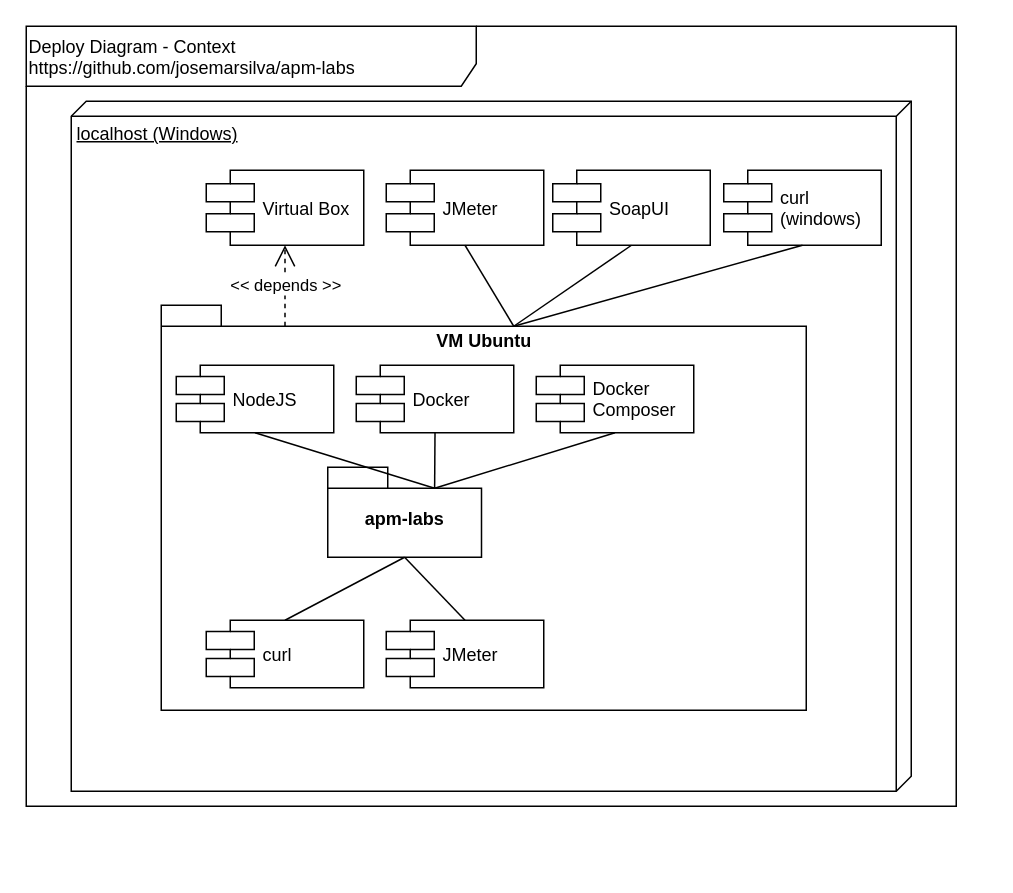
The draw.io diagram doc/DeployDiagram-Context.drawio in josemarsilva/apm-labs, before the edit. Source tidied: cells renumbered, new cells numbered last; positions are measured from the earlier drawing's top-left corner, leaving out a move shared by most shapes. Both pictures are drawn from the tidied source at 150%, with x=0, y=0 at pixel (26, 26).
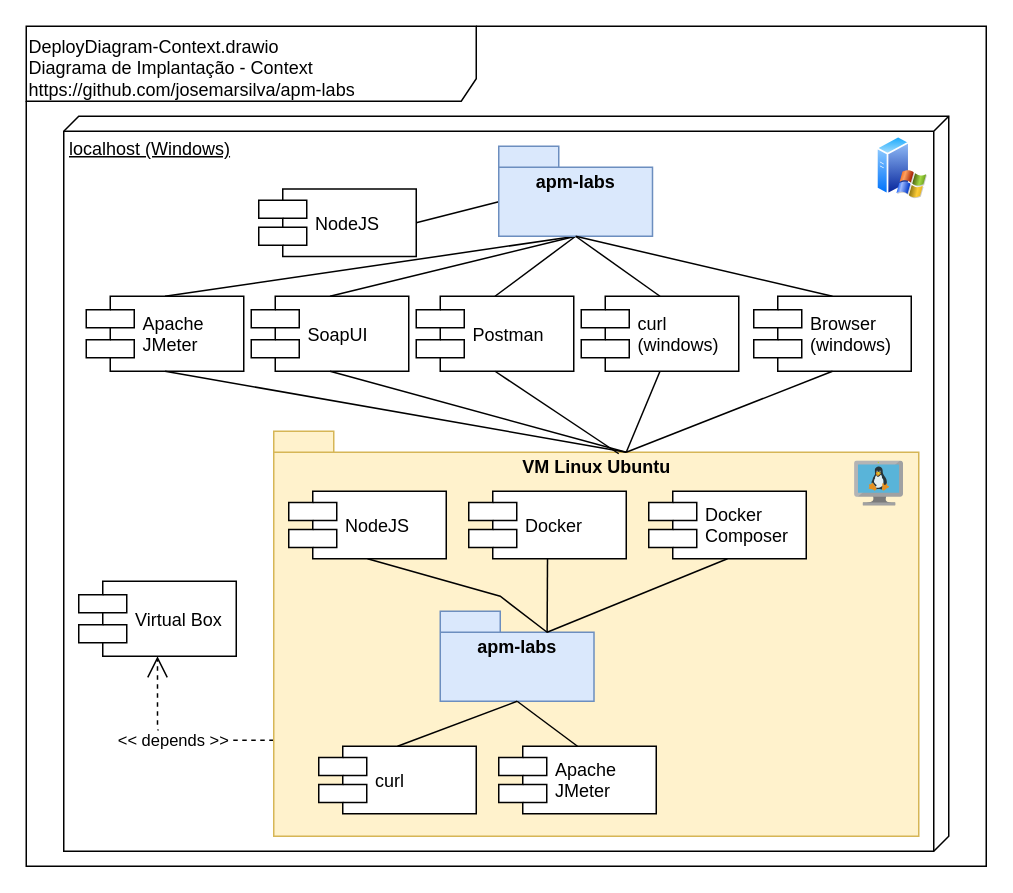
The same diagram, later.

What changed in the source:
```diff
@@
-    <mxCell id="2" value="Deploy Diagram - Context&lt;br&gt;https://github.com/josemarsilva/apm-labs" style="shape=umlFrame;whiteSpace=wrap;html=1;width=300;height=40;verticalAlign=top;align=left;" parent="1" vertex="1">
-      <mxGeometry width="620" height="520" as="geometry" />
+    <mxCell id="2" value="DeployDiagram-Context.drawio&lt;br&gt;Diagrama de Implantação - Context&lt;br&gt;https://github.com/josemarsilva/apm-labs" style="shape=umlFrame;whiteSpace=wrap;html=1;width=300;height=50;verticalAlign=top;align=left;" parent="1" vertex="1">
+      <mxGeometry width="640" height="560" as="geometry" />
     </mxCell>
     <mxCell id="3" value="localhost (Windows)" style="verticalAlign=top;align=left;spacingTop=8;spacingLeft=2;spacingRight=12;shape=cube;size=10;direction=south;fontStyle=4;html=1;" parent="1" vertex="1">
-      <mxGeometry x="30" y="50" width="560" height="460" as="geometry" />
+      <mxGeometry x="25" y="60" width="590" height="490" as="geometry" />
     </mxCell>
     <mxCell id="4" value="Virtual Box" style="shape=component;align=left;spacingLeft=36;" parent="1" vertex="1">
-      <mxGeometry x="120" y="96" width="105" height="50" as="geometry" />
+      <mxGeometry x="35" y="370" width="105" height="50" as="geometry" />
     </mxCell>
-    <mxCell id="5" value="&amp;lt;&amp;lt; depends &amp;gt;&amp;gt;" style="endArrow=open;endSize=12;dashed=1;html=1;exitX=0;exitY=0;exitDx=82.5;exitDy=14;exitPerimeter=0;" parent="1" edge="1" source="6" target="4">
+    <mxCell id="5" value="&amp;lt;&amp;lt; depends &amp;gt;&amp;gt;" style="endArrow=open;endSize=12;dashed=1;html=1;exitX=0;exitY=0;exitDx=0;exitDy=206;exitPerimeter=0;entryX=0.5;entryY=1;entryDx=0;entryDy=0;edgeStyle=orthogonalEdgeStyle;" parent="1" edge="1" source="6" target="4">
       <mxGeometry relative="1" as="geometry" />
     </mxCell>
-    <mxCell id="6" value="VM Ubuntu" style="shape=folder;fontStyle=1;spacingTop=10;tabWidth=40;tabHeight=14;tabPosition=left;html=1;verticalAlign=top;" parent="1" vertex="1">
-      <mxGeometry x="90" y="186" width="430" height="270" as="geometry" />
+    <mxCell id="6" value="VM Linux Ubuntu" style="shape=folder;fontStyle=1;spacingTop=10;tabWidth=40;tabHeight=14;tabPosition=left;html=1;verticalAlign=top;fillColor=#fff2cc;strokeColor=#d6b656;" parent="1" vertex="1">
+      <mxGeometry x="165" y="270" width="430" height="270" as="geometry" />
     </mxCell>
     <mxCell id="7" value="NodeJS" style="shape=component;align=left;spacingLeft=36;" parent="1" vertex="1">
-      <mxGeometry x="100" y="226" width="105" height="45" as="geometry" />
+      <mxGeometry x="175" y="310" width="105" height="45" as="geometry" />
     </mxCell>
     <mxCell id="8" value="Docker" style="shape=component;align=left;spacingLeft=36;" parent="1" vertex="1">
-      <mxGeometry x="220" y="226" width="105" height="45" as="geometry" />
+      <mxGeometry x="295" y="310" width="105" height="45" as="geometry" />
     </mxCell>
     <mxCell id="9" value="Docker &#10;Composer" style="shape=component;align=left;spacingLeft=36;" parent="1" vertex="1">
-      <mxGeometry x="340" y="226" width="105" height="45" as="geometry" />
+      <mxGeometry x="415" y="310" width="105" height="45" as="geometry" />
     </mxCell>
-    <mxCell id="10" value="apm-labs" style="shape=folder;fontStyle=1;spacingTop=10;tabWidth=40;tabHeight=14;tabPosition=left;html=1;verticalAlign=middle;" parent="1" vertex="1">
-      <mxGeometry x="201" y="294" width="102.5" height="60" as="geometry" />
+    <mxCell id="10" value="apm-labs" style="shape=folder;fontStyle=1;spacingTop=10;tabWidth=40;tabHeight=14;tabPosition=left;html=1;verticalAlign=top;fillColor=#dae8fc;strokeColor=#6c8ebf;" parent="1" vertex="1">
+      <mxGeometry x="276" y="390" width="102.5" height="60" as="geometry" />
     </mxCell>
@@
-    <mxCell id="13" value="JMeter" style="shape=component;align=left;spacingLeft=36;" parent="1" vertex="1">
-      <mxGeometry x="240" y="96" width="105" height="50" as="geometry" />
+    <mxCell id="13" value="Apache&#10;JMeter" style="shape=component;align=left;spacingLeft=36;" parent="1" vertex="1">
+      <mxGeometry x="40" y="180" width="105" height="50" as="geometry" />
     </mxCell>
     <mxCell id="14" value="curl" style="shape=component;align=left;spacingLeft=36;" parent="1" vertex="1">
-      <mxGeometry x="120" y="396" width="105" height="45" as="geometry" />
+      <mxGeometry x="195" y="480" width="105" height="45" as="geometry" />
     </mxCell>
     <mxCell id="15" value="SoapUI" style="shape=component;align=left;spacingLeft=36;" parent="1" vertex="1">
-      <mxGeometry x="351" y="96" width="105" height="50" as="geometry" />
+      <mxGeometry x="150" y="180" width="105" height="50" as="geometry" />
     </mxCell>
-    <mxCell id="16" value="JMeter" style="shape=component;align=left;spacingLeft=36;" parent="1" vertex="1">
-      <mxGeometry x="240" y="396" width="105" height="45" as="geometry" />
+    <mxCell id="16" value="Apache&#10;JMeter" style="shape=component;align=left;spacingLeft=36;" parent="1" vertex="1">
+      <mxGeometry x="315" y="480" width="105" height="45" as="geometry" />
     </mxCell>
-    <mxCell id="17" style="endArrow=none;startArrow=none;endFill=0;startFill=0;html=1;exitX=0.5;exitY=1;exitDx=0;exitDy=0;entryX=0;entryY=0;entryDx=71.25;entryDy=14;entryPerimeter=0;" parent="1" edge="1" source="7" target="10">
-      <mxGeometry relative="1" as="geometry" />
+    <mxCell id="17" style="endArrow=none;startArrow=none;endFill=0;startFill=0;html=1;exitX=0.5;exitY=1;exitDx=0;exitDy=0;entryX=0;entryY=0;entryDx=71.25;entryDy=14;entryPerimeter=0;rounded=0;" parent="1" edge="1" source="7" target="10">
+      <mxGeometry relative="1" as="geometry">
+        <Array as="points">
+          <mxPoint x="316" y="380" />
+        </Array>
+      </mxGeometry>
     </mxCell>
@@
     <mxCell id="20" value="curl&#10;(windows)" style="shape=component;align=left;spacingLeft=36;" parent="1" vertex="1">
-      <mxGeometry x="465" y="96" width="105" height="50" as="geometry" />
+      <mxGeometry x="370" y="180" width="105" height="50" as="geometry" />
     </mxCell>
@@
+    <mxCell id="24" value="Postman" style="shape=component;align=left;spacingLeft=36;" parent="1" vertex="1">
+      <mxGeometry x="260" y="180" width="105" height="50" as="geometry" />
+    </mxCell>
+    <mxCell id="25" value="NodeJS" style="shape=component;align=left;spacingLeft=36;" parent="1" vertex="1">
+      <mxGeometry x="155" y="108.5" width="105" height="45" as="geometry" />
+    </mxCell>
+    <mxCell id="26" style="endArrow=none;startArrow=none;endFill=0;startFill=0;html=1;exitX=1;exitY=0.5;exitDx=0;exitDy=0;entryX=0;entryY=0;entryDx=0;entryDy=37;entryPerimeter=0;" parent="1" edge="1" source="25" target="33">
+      <mxGeometry relative="1" as="geometry" />
+    </mxCell>
+    <mxCell id="27" style="endArrow=none;startArrow=none;endFill=0;startFill=0;html=1;exitX=0.5;exitY=0;exitDx=0;exitDy=0;entryX=0.5;entryY=1;entryDx=0;entryDy=0;entryPerimeter=0;" parent="1" edge="1" source="13" target="33">
+      <mxGeometry relative="1" as="geometry" />
+    </mxCell>
+    <mxCell id="28" style="endArrow=none;startArrow=none;endFill=0;startFill=0;html=1;exitX=0.5;exitY=0;exitDx=0;exitDy=0;entryX=0.5;entryY=1;entryDx=0;entryDy=0;entryPerimeter=0;" parent="1" edge="1" source="15" target="33">
+      <mxGeometry relative="1" as="geometry" />
+    </mxCell>
+    <mxCell id="29" style="endArrow=none;startArrow=none;endFill=0;startFill=0;html=1;exitX=0.5;exitY=0;exitDx=0;exitDy=0;entryX=0.5;entryY=1;entryDx=0;entryDy=0;entryPerimeter=0;" parent="1" edge="1" source="24" target="33">
+      <mxGeometry relative="1" as="geometry" />
+    </mxCell>
+    <mxCell id="30" style="endArrow=none;startArrow=none;endFill=0;startFill=0;html=1;exitX=0.5;exitY=0;exitDx=0;exitDy=0;entryX=0.5;entryY=1;entryDx=0;entryDy=0;entryPerimeter=0;" parent="1" edge="1" source="20" target="33">
+      <mxGeometry relative="1" as="geometry" />
+    </mxCell>
+    <mxCell id="31" style="perimeter=ellipsePerimeter;html=1;align=center;shadow=0;dashed=0;spacingTop=3;image;image=img/lib/active_directory/windows_server_2.svg;" parent="1" vertex="1">
+      <mxGeometry x="567" y="73" width="34" height="42.5" as="geometry" />
+    </mxCell>
+    <mxCell id="32" style="html=1;align=center;image;fontSize=12;image=img/lib/mscae/VM_Linux.svg;" parent="1" vertex="1">
+      <mxGeometry x="552.4" y="290" width="32.6" height="30" as="geometry" />
+    </mxCell>
+    <mxCell id="33" value="apm-labs" style="shape=folder;fontStyle=1;spacingTop=10;tabWidth=40;tabHeight=14;tabPosition=left;html=1;verticalAlign=top;fillColor=#dae8fc;strokeColor=#6c8ebf;" parent="1" vertex="1">
+      <mxGeometry x="315" y="80" width="102.5" height="60" as="geometry" />
+    </mxCell>
+    <mxCell id="34" value="Browser&#10;(windows)" style="shape=component;align=left;spacingLeft=36;" parent="1" vertex="1">
+      <mxGeometry x="485" y="180" width="105" height="50" as="geometry" />
+    </mxCell>
+    <mxCell id="35" style="endArrow=none;startArrow=none;endFill=0;startFill=0;html=1;exitX=0.5;exitY=0;exitDx=0;exitDy=0;entryX=0.5;entryY=1;entryDx=0;entryDy=0;entryPerimeter=0;" parent="1" edge="1" source="34" target="33">
+      <mxGeometry relative="1" as="geometry" />
+    </mxCell>
+    <mxCell id="36" style="endArrow=none;startArrow=none;endFill=0;startFill=0;html=1;exitX=0.5;exitY=1;exitDx=0;exitDy=0;entryX=0;entryY=0;entryDx=235;entryDy=14;entryPerimeter=0;" parent="1" edge="1" source="34" target="6">
+      <mxGeometry relative="1" as="geometry" />
+    </mxCell>
+    <mxCell id="37" style="endArrow=none;startArrow=none;endFill=0;startFill=0;html=1;exitX=0.5;exitY=1;exitDx=0;exitDy=0;" parent="1" edge="1" source="24">
+      <mxGeometry relative="1" as="geometry">
+        <mxPoint x="395" y="285" as="targetPoint" />
+      </mxGeometry>
+    </mxCell>
```
